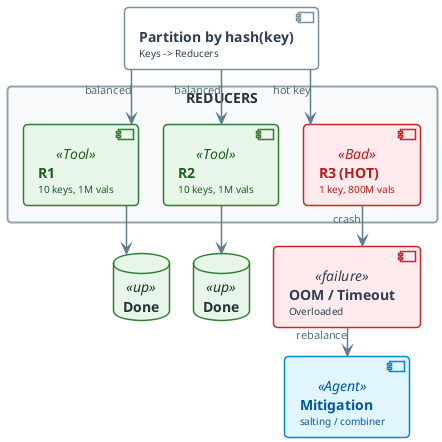
The PlantUML diagram diagrams/week03/week3_lecture_slide38_failure_skew.png in OrPerets/data-engineering-course, before a commit.
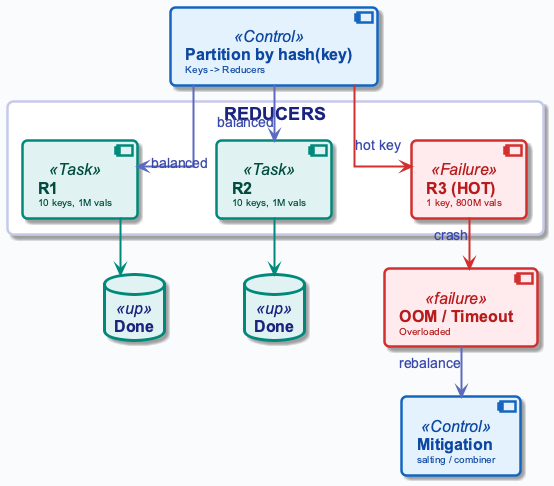
Later version of the same file.

The edit, as a diff of the source:
```diff
@@ -1,130 +1,13 @@
 @startuml
+!include ../_template_styles.puml
+top to bottom direction
 
-top to bottom direction
-skinparam linetype ortho
-skinparam shadowing false
-skinparam roundcorner 8
-skinparam handwritten false
-skinparam nodesep 24
-skinparam ranksep 28
+component "**Partition by hash(key)**\n<size:10>Keys -> Reducers</size>" as PART <<Control>>
 
-skinparam defaultFontName "Segoe UI, Helvetica, sans-serif"
-skinparam defaultFontSize 16
-skinparam defaultFontColor #2C3E50
-
-skinparam rectangle {
-    BackgroundColor #F8F9FA
-    BorderColor #90A4AE
-    BorderThickness 2
-    FontColor #263238
-    FontSize 14
-    FontStyle bold
-    Padding 20
-}
-
-skinparam component {
-    BackgroundColor #FFFFFF
-    BorderColor #78909C
-    BorderThickness 1.5
-    FontSize 14
-    Padding 12
-}
-
-skinparam database {
-    BackgroundColor #ECEFF1
-    BorderColor #546E7A
-    BorderThickness 1.5
-    FontSize 14
-    FontColor #263238
-}
-
-skinparam arrow {
-    Color #607D8B
-    Thickness 1.5
-    FontSize 11
-    FontColor #546E7A
-}
-
-skinparam component<<UI>> {
-    BorderColor #8E24AA
-    BackgroundColor #F3E5F5
-    FontColor #4A148C
-}
-
-skinparam component<<Agent>> {
-    BorderColor #0288D1
-    BackgroundColor #E1F5FE
-    FontColor #01579B
-}
-
-skinparam component<<Tool>> {
-    BorderColor #2E7D32
-    BackgroundColor #E8F5E9
-    FontColor #1B5E20
-}
-
-skinparam component<<Config>> {
-    BorderColor #F57C00
-    BackgroundColor #FFF3E0
-    FontColor #E65100
-}
-
-skinparam component<<Bad>> {
-    BorderColor #C62828
-    BackgroundColor #FFEBEE
-    FontColor #B71C1C
-}
-
-skinparam component<<V1>> {
-    BorderColor #F57C00
-    BackgroundColor #FFF3E0
-    FontColor #E65100
-}
-
-skinparam component<<V2>> {
-    BorderColor #2E7D32
-    BackgroundColor #E8F5E9
-    FontColor #1B5E20
-}
-
-skinparam component<<up>> {
-    BackgroundColor #E8F5E9
-    BorderColor #2E7D32
-}
-
-skinparam component<<down>> {
-    BackgroundColor #FFEBEE
-    BorderColor #C62828
-}
-
-skinparam database<<up>> {
-    BackgroundColor #E8F5E9
-    BorderColor #2E7D32
-}
-
-skinparam database<<down>> {
-    BackgroundColor #FFEBEE
-    BorderColor #C62828
-}
-
-skinparam component<<success>> {
-    BackgroundColor #E8F5E9
-    BorderColor #2E7D32
-}
-
-skinparam component<<failure>> {
-    BackgroundColor #FFEBEE
-    BorderColor #C62828
-}
-
-
-
-component "**Partition by hash(key)**\n<size:10>Keys -> Reducers</size>" as PART
-
-rectangle "REDUCERS" #F8F9FA {
-    component "**R1**\n<size:10>10 keys, 1M vals</size>" as R1 <<Tool>>
-    component "**R2**\n<size:10>10 keys, 1M vals</size>" as R2 <<Tool>>
-    component "**R3 (HOT)**\n<size:10>1 key, 800M vals</size>" as R3 <<Bad>>
+rectangle "REDUCERS" #FFFFFF {
+    component "**R1**\n<size:10>10 keys, 1M vals</size>" as R1 <<Task>>
+    component "**R2**\n<size:10>10 keys, 1M vals</size>" as R2 <<Task>>
+    component "**R3 (HOT)**\n<size:10>1 key, 800M vals</size>" as R3 <<Failure>>
     R1 -[hidden]right- R2
     R2 -[hidden]right- R3
 }
@@ -135,15 +18,15 @@
     component "**OOM / Timeout**\n<size:10>Overloaded</size>" as FAIL <<failure>>
 }
 
-component "**Mitigation**\n<size:10>salting / combiner</size>" as FIX <<Agent>>
+component "**Mitigation**\n<size:10>salting / combiner</size>" as FIX <<Control>>
 
-PART -down-> R1 : "balanced"
-PART -down-> R2 : "balanced"
-PART -down-> R3 : "hot key"
+PART -down[#5C6BC0,thickness=2]-> R1 : <color:#3949AB>balanced</color>
+PART -down[#5C6BC0,thickness=2]-> R2 : <color:#3949AB>balanced</color>
+PART -down[#D32F2F,thickness=2]-> R3 : <color:#3949AB>hot key</color>
 
-R1 -down-> D1
-R2 -down-> D2
-R3 -down-> FAIL : "crash"
-FAIL -down-> FIX : "rebalance"
+R1 -down[#00897B,thickness=2]-> D1
+R2 -down[#00897B,thickness=2]-> D2
+R3 -down[#D32F2F,thickness=2]-> FAIL : <color:#3949AB>crash</color>
+FAIL -down[#5C6BC0,thickness=2]-> FIX : <color:#3949AB>rebalance</color>
 
 @enduml
```
